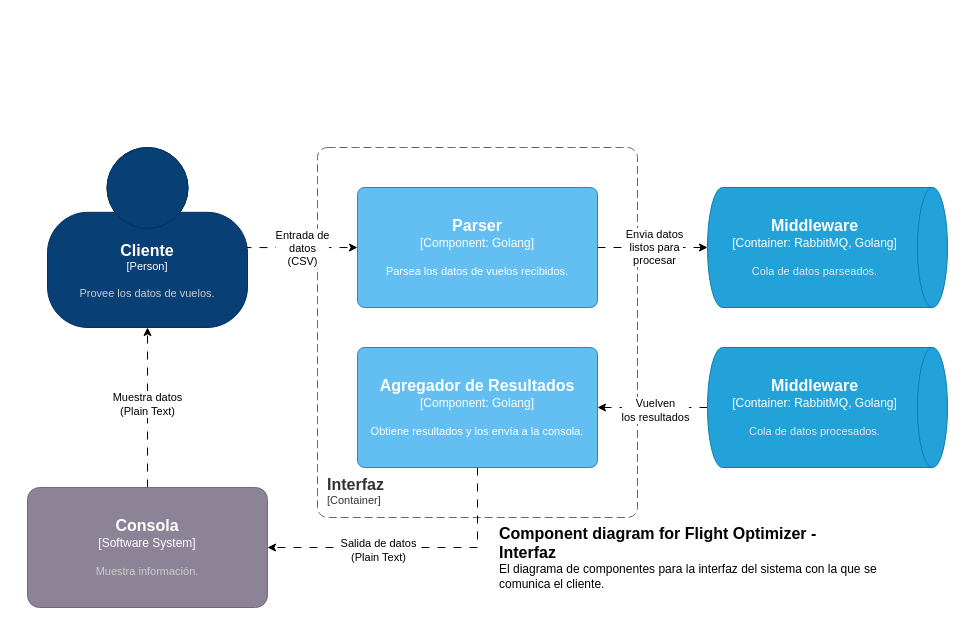
This is page "Page-3" (3 of 6) of docs/C4model.drawio from FranciscoPereira987/tp1-distribuidos-grupo5, a draw.io file, before an edit. Source tidied: cells renumbered, new cells numbered last; positions are measured from the earlier drawing's top-left corner, leaving out a move shared by most shapes. Both pictures are drawn from the tidied source at 100%, with x=0, y=0 at pixel (27, 147).
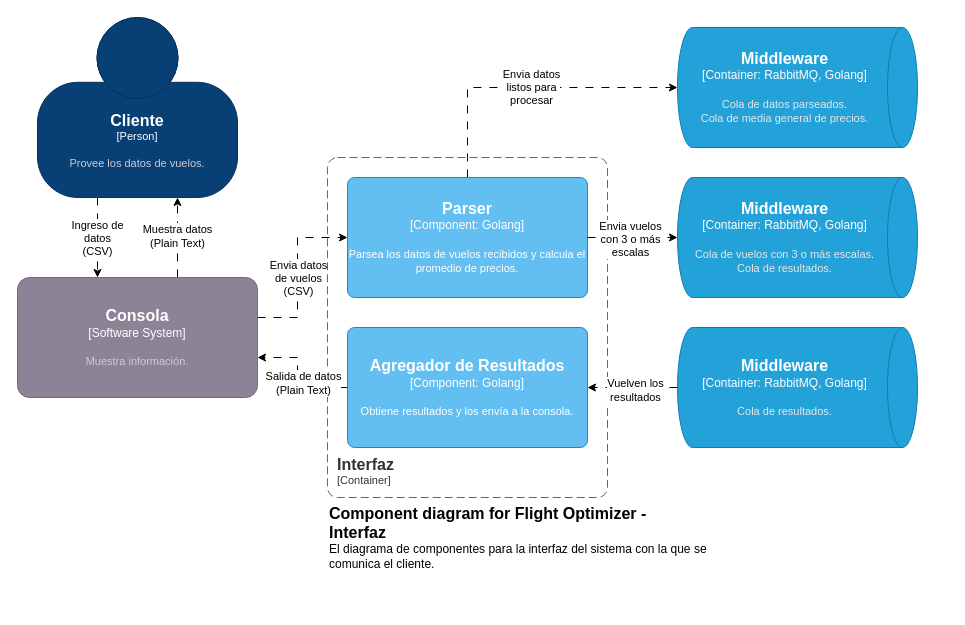
The same diagram, later.

Unchanged cells that the change refers to:
```xml
<mxCell id="16" style="edgeStyle=orthogonalEdgeStyle;rounded=0;jettySize=auto;html=1;dashed=1;dashPattern=8 8;" parent="1" edge="1" source="18" target="11">
  <mxGeometry relative="1" as="geometry" />
</mxCell>
```

The edit, as a diff of the source:
```diff
@@
     <object id="2" label="&lt;font style=&quot;font-size: 16px&quot;&gt;&lt;b&gt;&lt;div style=&quot;text-align: left&quot;&gt;%c4Name%&lt;/div&gt;&lt;/b&gt;&lt;/font&gt;&lt;div style=&quot;text-align: left&quot;&gt;[%c4Application%]&lt;/div&gt;" c4Application="Container" c4Name="Interfaz" placeholders="1">
       <mxCell style="rounded=1;fontSize=11;whiteSpace=wrap;html=1;dashed=1;arcSize=20;fillColor=none;strokeColor=#666666;fontColor=#333333;labelBackgroundColor=none;align=left;verticalAlign=bottom;labelBorderColor=none;spacingTop=0;spacing=10;dashPattern=8 4;perimeter=rectanglePerimeter;noLabel=0;labelPadding=0;absoluteArcSize=1;" parent="1" vertex="1">
-        <mxGeometry x="290" width="320" height="370" as="geometry" />
+        <mxGeometry x="300" y="10" width="280" height="340" as="geometry" />
       </mxCell>
     </object>
-    <mxCell id="3" style="rounded=0;jettySize=auto;html=1;dashed=1;exitX=0.9;exitY=0.556;exitDx=0;exitDy=0;exitPerimeter=0;dashPattern=8 8;" parent="1" edge="1" source="5" target="8">
-      <mxGeometry relative="1" as="geometry" />
-    </mxCell>
-    <mxCell id="4" value="&lt;div&gt;Entrada de&lt;/div&gt;&lt;div&gt;datos&lt;/div&gt;&lt;div&gt;(CSV)&lt;br&gt;&lt;/div&gt;" style="edgeLabel;html=1;align=center;verticalAlign=middle;" parent="3" vertex="1">
-      <mxGeometry x="0.16" relative="1" as="geometry" />
-    </mxCell>
+    <mxCell id="20" style="edgeStyle=orthogonalEdgeStyle;rounded=0;jettySize=auto;html=1;dashed=1;dashPattern=8 8;" parent="1" edge="1" source="5" target="14">
+      <mxGeometry relative="1" as="geometry">
+        <Array as="points">
+          <mxPoint x="70" y="120" />
+          <mxPoint x="70" y="120" />
+        </Array>
+      </mxGeometry>
+    </mxCell>
+    <mxCell id="21" value="&lt;div&gt;Ingreso de&lt;/div&gt;&lt;div&gt;datos&lt;/div&gt;&lt;div&gt;(CSV)&lt;br&gt;&lt;/div&gt;" style="edgeLabel;html=1;align=center;verticalAlign=middle;" parent="20" vertex="1">
+      <mxGeometry x="-0.01" y="-1" relative="1" as="geometry" />
+    </mxCell>
     <object id="5" label="&lt;font style=&quot;font-size: 16px&quot;&gt;&lt;b&gt;%c4Name%&lt;/b&gt;&lt;/font&gt;&lt;div&gt;[%c4Type%]&lt;/div&gt;&lt;br&gt;&lt;div&gt;&lt;font style=&quot;font-size: 11px&quot;&gt;&lt;font color=&quot;#cccccc&quot;&gt;%c4Description%&lt;/font&gt;&lt;/div&gt;" c4Description="Provee los datos de vuelos." c4Name="Cliente" c4Type="Person" placeholders="1">
       <mxCell style="html=1;fontSize=11;dashed=0;whiteSpace=wrap;fillColor=#083F75;strokeColor=#06315C;fontColor=#ffffff;shape=mxgraph.c4.person2;align=center;points=[[0.5,0,0],[1,0.5,0],[1,0.75,0],[0.75,1,0],[0.5,1,0],[0.25,1,0],[0,0.75,0],[0,0.5,0]];" parent="1" vertex="1">
-        <mxGeometry x="20" width="200" height="180" as="geometry" />
+        <mxGeometry x="10" y="-130" width="200" height="180" as="geometry" />
       </mxCell>
     </object>
     <mxCell id="6" style="edgeStyle=orthogonalEdgeStyle;rounded=0;jettySize=auto;html=1;dashed=1;dashPattern=8 8;" parent="1" edge="1" source="8" target="15">
-      <mxGeometry relative="1" as="geometry" />
+      <mxGeometry relative="1" as="geometry">
+        <Array as="points">
+          <mxPoint x="440" y="10" />
+          <mxPoint x="440" y="10" />
+        </Array>
+      </mxGeometry>
     </mxCell>
@@
+    <mxCell id="22" style="edgeStyle=orthogonalEdgeStyle;rounded=0;jettySize=auto;html=1;dashed=1;dashPattern=8 8;" parent="1" edge="1" source="14" target="8">
+      <mxGeometry relative="1" as="geometry">
+        <Array as="points">
+          <mxPoint x="270" y="170" />
+          <mxPoint x="270" y="90" />
+        </Array>
+      </mxGeometry>
+    </mxCell>
+    <mxCell id="23" value="&lt;div&gt;Envia datos&lt;/div&gt;&lt;div&gt;de vuelos&lt;/div&gt;&lt;div&gt;(CSV)&lt;br&gt;&lt;/div&gt;" style="edgeLabel;html=1;align=center;verticalAlign=middle;" parent="22" vertex="1">
+      <mxGeometry x="-0.07" relative="1" as="geometry">
+        <mxPoint y="-1" as="offset" />
+      </mxGeometry>
+    </mxCell>
-    <object id="8" label="&lt;font style=&quot;font-size: 16px&quot;&gt;&lt;b&gt;%c4Name%&lt;/b&gt;&lt;/font&gt;&lt;div&gt;[%c4Type%: %c4Technology%]&lt;/div&gt;&lt;br&gt;&lt;div&gt;&lt;font style=&quot;font-size: 11px&quot;&gt;%c4Description%&lt;/font&gt;&lt;/div&gt;" c4Description="Parsea los datos de vuelos recibidos." c4Name="Parser" c4Technology="Golang" c4Type="Component" placeholders="1">
+    <object id="8" label="&lt;font style=&quot;font-size: 16px&quot;&gt;&lt;b&gt;%c4Name%&lt;/b&gt;&lt;/font&gt;&lt;div&gt;[%c4Type%: %c4Technology%]&lt;/div&gt;&lt;br&gt;&lt;div&gt;&lt;font style=&quot;font-size: 11px&quot;&gt;%c4Description%&lt;/font&gt;&lt;/div&gt;" c4Description="Parsea los datos de vuelos recibidos y calcula el promedio de precios." c4Name="Parser" c4Technology="Golang" c4Type="Component" placeholders="1">
       <mxCell style="rounded=1;whiteSpace=wrap;html=1;labelBackgroundColor=none;fillColor=#63BEF2;fontColor=#ffffff;align=center;arcSize=6;strokeColor=#2086C9;points=[[0.25,0,0],[0.5,0,0],[0.75,0,0],[1,0.25,0],[1,0.5,0],[1,0.75,0],[0.75,1,0],[0.5,1,0],[0.25,1,0],[0,0.75,0],[0,0.5,0],[0,0.25,0]];" parent="1" vertex="1">
-        <mxGeometry x="330" y="40" width="240" height="120" as="geometry" />
+        <mxGeometry x="320" y="30" width="240" height="120" as="geometry" />
       </mxCell>
     </object>
     <mxCell id="9" style="edgeStyle=orthogonalEdgeStyle;rounded=0;jettySize=auto;html=1;dashed=1;dashPattern=8 8;" parent="1" edge="1" source="11" target="14">
       <mxGeometry relative="1" as="geometry">
         <Array as="points">
-          <mxPoint x="450" y="400" />
+          <mxPoint x="270" y="240" />
+          <mxPoint x="270" y="210" />
         </Array>
       </mxGeometry>
     </mxCell>
     <mxCell id="10" value="&lt;div&gt;Salida de datos&lt;/div&gt;&lt;div&gt;(Plain Text)&lt;br&gt;&lt;/div&gt;" style="edgeLabel;html=1;align=center;verticalAlign=middle;" parent="9" vertex="1">
-      <mxGeometry x="0.24" y="2" relative="1" as="geometry" />
+      <mxGeometry x="0.24" y="2" relative="1" as="geometry">
+        <mxPoint x="7" y="19" as="offset" />
+      </mxGeometry>
     </mxCell>
     <object id="11" label="&lt;font style=&quot;font-size: 16px&quot;&gt;&lt;b&gt;%c4Name%&lt;/b&gt;&lt;/font&gt;&lt;div&gt;[%c4Type%: %c4Technology%]&lt;/div&gt;&lt;br&gt;&lt;div&gt;&lt;font style=&quot;font-size: 11px&quot;&gt;%c4Description%&lt;/font&gt;&lt;/div&gt;" c4Description="Obtiene resultados y los envía a la consola." c4Name="Agregador de Resultados" c4Technology="Golang" c4Type="Component" placeholders="1">
       <mxCell style="rounded=1;whiteSpace=wrap;html=1;labelBackgroundColor=none;fillColor=#63BEF2;fontColor=#ffffff;align=center;arcSize=6;strokeColor=#2086C9;points=[[0.25,0,0],[0.5,0,0],[0.75,0,0],[1,0.25,0],[1,0.5,0],[1,0.75,0],[0.75,1,0],[0.5,1,0],[0.25,1,0],[0,0.75,0],[0,0.5,0],[0,0.25,0]];" parent="1" vertex="1">
-        <mxGeometry x="330" y="200" width="240" height="120" as="geometry" />
+        <mxGeometry x="320" y="180" width="240" height="120" as="geometry" />
       </mxCell>
     </object>
     <mxCell id="12" style="edgeStyle=orthogonalEdgeStyle;rounded=0;jettySize=auto;html=1;dashed=1;dashPattern=8 8;" parent="1" edge="1" source="14" target="5">
-      <mxGeometry relative="1" as="geometry" />
+      <mxGeometry relative="1" as="geometry">
+        <Array as="points">
+          <mxPoint x="150" y="120" />
+          <mxPoint x="150" y="120" />
+        </Array>
+      </mxGeometry>
     </mxCell>
@@
     <object id="14" label="&lt;font style=&quot;font-size: 16px&quot;&gt;&lt;b&gt;%c4Name%&lt;/b&gt;&lt;/font&gt;&lt;div&gt;[%c4Type%]&lt;/div&gt;&lt;br&gt;&lt;div&gt;&lt;font style=&quot;font-size: 11px&quot;&gt;&lt;font color=&quot;#cccccc&quot;&gt;%c4Description%&lt;/font&gt;&lt;/div&gt;" c4Description="Muestra información." c4Name="Consola" c4Type="Software System" placeholders="1">
       <mxCell style="rounded=1;whiteSpace=wrap;html=1;labelBackgroundColor=none;fillColor=#8C8496;fontColor=#ffffff;align=center;arcSize=10;strokeColor=#736782;points=[[0.25,0,0],[0.5,0,0],[0.75,0,0],[1,0.25,0],[1,0.5,0],[1,0.75,0],[0.75,1,0],[0.5,1,0],[0.25,1,0],[0,0.75,0],[0,0.5,0],[0,0.25,0]];" parent="1" vertex="1">
-        <mxGeometry y="340" width="240" height="120" as="geometry" />
+        <mxGeometry x="-10" y="130" width="240" height="120" as="geometry" />
       </mxCell>
     </object>
-    <object id="15" label="&lt;font style=&quot;font-size: 16px&quot;&gt;&lt;b&gt;%c4Type%&lt;/b&gt;&lt;/font&gt;&lt;div&gt;[%c4Container%:&amp;nbsp;%c4Technology%]&lt;/div&gt;&lt;br&gt;&lt;div&gt;&lt;font style=&quot;font-size: 11px&quot;&gt;&lt;font color=&quot;#E6E6E6&quot;&gt;%c4Description%&lt;/font&gt;&lt;/div&gt;" c4Container="Container" c4Description="Cola de datos parseados." c4Technology="RabbitMQ, Golang" c4Type="Middleware" placeholders="1">
+    <object id="15" label="&lt;font style=&quot;font-size: 16px&quot;&gt;&lt;b&gt;%c4Type%&lt;/b&gt;&lt;/font&gt;&lt;div&gt;[%c4Container%:&amp;nbsp;%c4Technology%]&lt;/div&gt;&lt;br&gt;&lt;div&gt;&lt;font style=&quot;font-size: 11px&quot;&gt;&lt;font color=&quot;#E6E6E6&quot;&gt;%c4Description%&lt;/font&gt;&lt;/div&gt;" c4Container="Container" c4Description="Cola de datos parseados.&#10;Cola de media general de precios." c4Technology="RabbitMQ, Golang" c4Type="Middleware" placeholders="1">
       <mxCell style="shape=cylinder3;size=15;direction=south;whiteSpace=wrap;html=1;boundedLbl=1;rounded=0;labelBackgroundColor=none;fillColor=#23A2D9;fontSize=12;fontColor=#ffffff;align=center;strokeColor=#0E7DAD;points=[[0.5,0,0],[1,0.25,0],[1,0.5,0],[1,0.75,0],[0.5,1,0],[0,0.75,0],[0,0.5,0],[0,0.25,0]];" parent="1" vertex="1">
-        <mxGeometry x="680" y="40" width="240" height="120" as="geometry" />
+        <mxGeometry x="650" y="-120" width="240" height="120" as="geometry" />
       </mxCell>
     </object>
@@
-    <mxCell id="17" value="&lt;div&gt;Vuelven&lt;/div&gt;&lt;div&gt;los resultados&lt;/div&gt;" style="edgeLabel;html=1;align=center;verticalAlign=middle;" parent="16" vertex="1">
+    <mxCell id="17" value="&lt;div&gt;Vuelven los&lt;/div&gt;&lt;div&gt;resultados&lt;/div&gt;" style="edgeLabel;html=1;align=center;verticalAlign=middle;" parent="16" vertex="1">
       <mxGeometry x="-0.04" y="2" relative="1" as="geometry" />
     </mxCell>
-    <object id="18" label="&lt;font style=&quot;font-size: 16px&quot;&gt;&lt;b&gt;%c4Type%&lt;/b&gt;&lt;/font&gt;&lt;div&gt;[%c4Container%:&amp;nbsp;%c4Technology%]&lt;/div&gt;&lt;br&gt;&lt;div&gt;&lt;font style=&quot;font-size: 11px&quot;&gt;&lt;font color=&quot;#E6E6E6&quot;&gt;%c4Description%&lt;/font&gt;&lt;/div&gt;" c4Container="Container" c4Description="Cola de datos procesados." c4Technology="RabbitMQ, Golang" c4Type="Middleware" placeholders="1">
+    <object id="18" label="&lt;font style=&quot;font-size: 16px&quot;&gt;&lt;b&gt;%c4Type%&lt;/b&gt;&lt;/font&gt;&lt;div&gt;[%c4Container%:&amp;nbsp;%c4Technology%]&lt;/div&gt;&lt;br&gt;&lt;div&gt;&lt;font style=&quot;font-size: 11px&quot;&gt;&lt;font color=&quot;#E6E6E6&quot;&gt;%c4Description%&lt;/font&gt;&lt;/div&gt;" c4Container="Container" c4Description="Cola de resultados." c4Technology="RabbitMQ, Golang" c4Type="Middleware" placeholders="1">
       <mxCell style="shape=cylinder3;size=15;direction=south;whiteSpace=wrap;html=1;boundedLbl=1;rounded=0;labelBackgroundColor=none;fillColor=#23A2D9;fontSize=12;fontColor=#ffffff;align=center;strokeColor=#0E7DAD;points=[[0.5,0,0],[1,0.25,0],[1,0.5,0],[1,0.75,0],[0.5,1,0],[0,0.75,0],[0,0.5,0],[0,0.25,0]];" parent="1" vertex="1">
-        <mxGeometry x="680" y="200" width="240" height="120" as="geometry" />
+        <mxGeometry x="650" y="180" width="240" height="120" as="geometry" />
       </mxCell>
     </object>
     <object id="19" label="&lt;font style=&quot;font-size: 16px&quot;&gt;&lt;b&gt;&lt;div style=&quot;text-align: left&quot;&gt;%c4Name%&lt;/div&gt;&lt;/b&gt;&lt;/font&gt;&lt;div style=&quot;text-align: left&quot;&gt;%c4Description%&lt;/div&gt;" c4Description="El diagrama de componentes para la interfaz del sistema con la que se comunica el cliente." c4Name="Component diagram for Flight Optimizer - Interfaz" placeholders="1">
       <mxCell style="text;html=1;strokeColor=none;fillColor=none;align=left;verticalAlign=top;whiteSpace=wrap;rounded=0;" parent="1" vertex="1">
-        <mxGeometry x="470" y="370" width="380" height="60" as="geometry" />
+        <mxGeometry x="300" y="350" width="380" height="60" as="geometry" />
       </mxCell>
     </object>
+    <mxCell id="24" style="edgeStyle=orthogonalEdgeStyle;rounded=0;jettySize=auto;html=1;dashed=1;dashPattern=8 8;" parent="1" edge="1" source="8" target="26">
+      <mxGeometry relative="1" as="geometry" />
+    </mxCell>
+    <mxCell id="25" value="&lt;div&gt;Envia vuelos&lt;/div&gt;&lt;div&gt;con 3 o más&lt;/div&gt;&lt;div&gt;escalas&lt;/div&gt;" style="edgeLabel;html=1;align=center;verticalAlign=middle;" parent="24" vertex="1">
+      <mxGeometry x="-0.06" y="-1" relative="1" as="geometry" />
+    </mxCell>
+    <object id="26" label="&lt;font style=&quot;font-size: 16px&quot;&gt;&lt;b&gt;%c4Type%&lt;/b&gt;&lt;/font&gt;&lt;div&gt;[%c4Container%:&amp;nbsp;%c4Technology%]&lt;/div&gt;&lt;br&gt;&lt;div&gt;&lt;font style=&quot;font-size: 11px&quot;&gt;&lt;font color=&quot;#E6E6E6&quot;&gt;%c4Description%&lt;/font&gt;&lt;/div&gt;" c4Container="Container" c4Description="Cola de vuelos con 3 o más escalas.&#10;Cola de resultados." c4Technology="RabbitMQ, Golang" c4Type="Middleware" placeholders="1">
+      <mxCell style="shape=cylinder3;size=15;direction=south;whiteSpace=wrap;html=1;boundedLbl=1;rounded=0;labelBackgroundColor=none;fillColor=#23A2D9;fontSize=12;fontColor=#ffffff;align=center;strokeColor=#0E7DAD;points=[[0.5,0,0],[1,0.25,0],[1,0.5,0],[1,0.75,0],[0.5,1,0],[0,0.75,0],[0,0.5,0],[0,0.25,0]];" parent="1" vertex="1">
+        <mxGeometry x="650" y="30" width="240" height="120" as="geometry" />
+      </mxCell>
+    </object>
```
